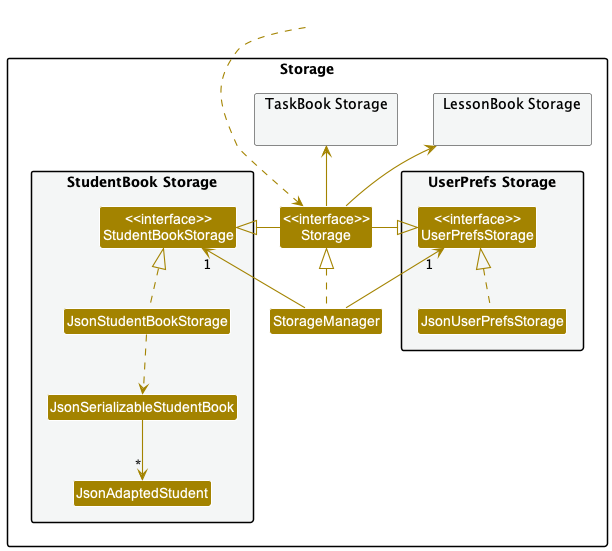
nus-cs2103-AY2223S1/tp keeps this PlantUML diagram as docs/images/StorageClassDiagram.png. Above is the earlier version.
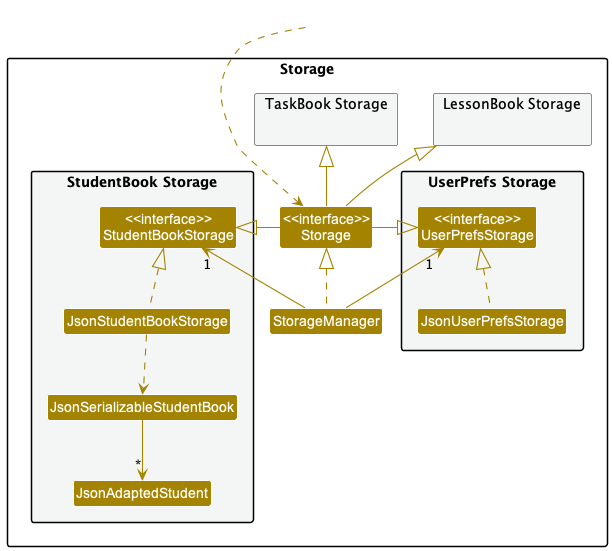
Above is the later version.

Commit message:
Update image for storage diagram

The edit, as a diff of the source:
```diff
@@ -41,8 +41,8 @@
 
 Storage -left-|> UserPrefsStorage
 Storage -right-|> StudentBookStorage
-Storage -up-> "TaskBook Storage"
-Storage -up-> "LessonBook Storage"
+Storage -up-|> "TaskBook Storage"
+Storage -up-|> "LessonBook Storage"
 
 JsonUserPrefsStorage .up.|> UserPrefsStorage
 JsonStudentBookStorage .up.|> StudentBookStorage
```
